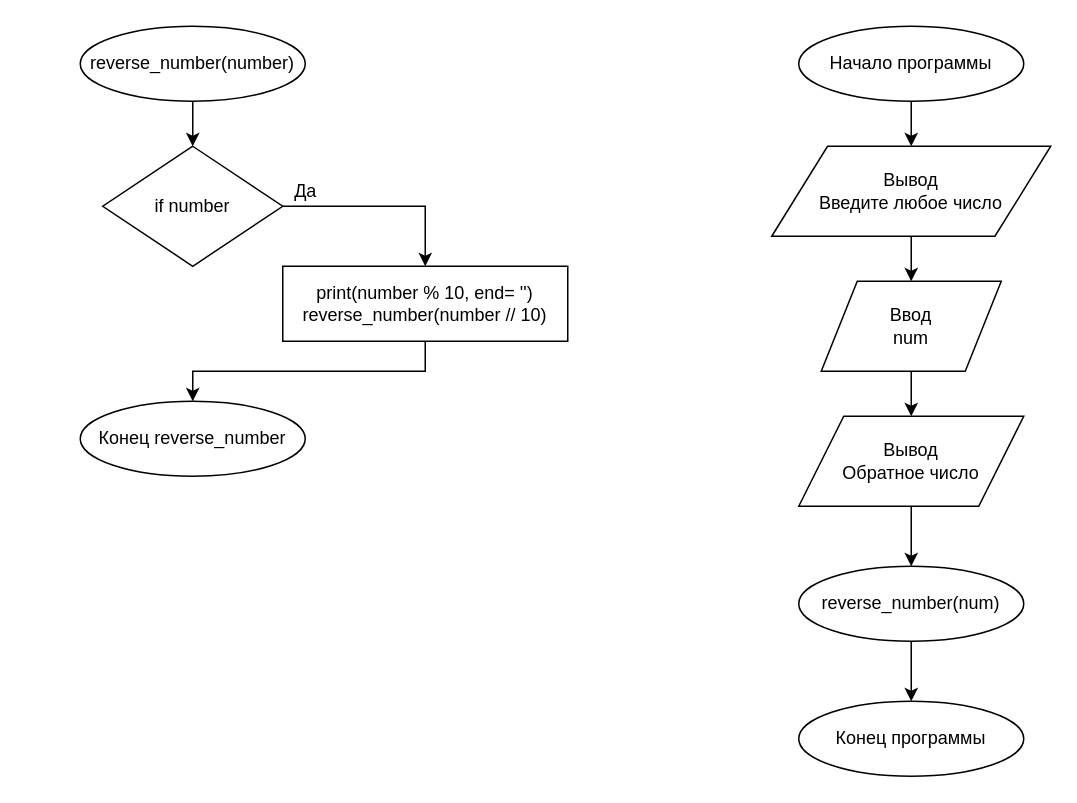
Before: page "homework_2.3" (3 of 9) of lesson_2/lesson_2.drawio in MaximJoinedGit/-Algorithms-and-data-structures-on-Python, a draw.io diagram. Source tidied: cells renumbered, new cells numbered last; positions are measured from the earlier drawing's top-left corner, leaving out a move shared by most shapes. Both pictures are drawn from the tidied source at 150%, with x=0, y=0 at pixel (80, 26).
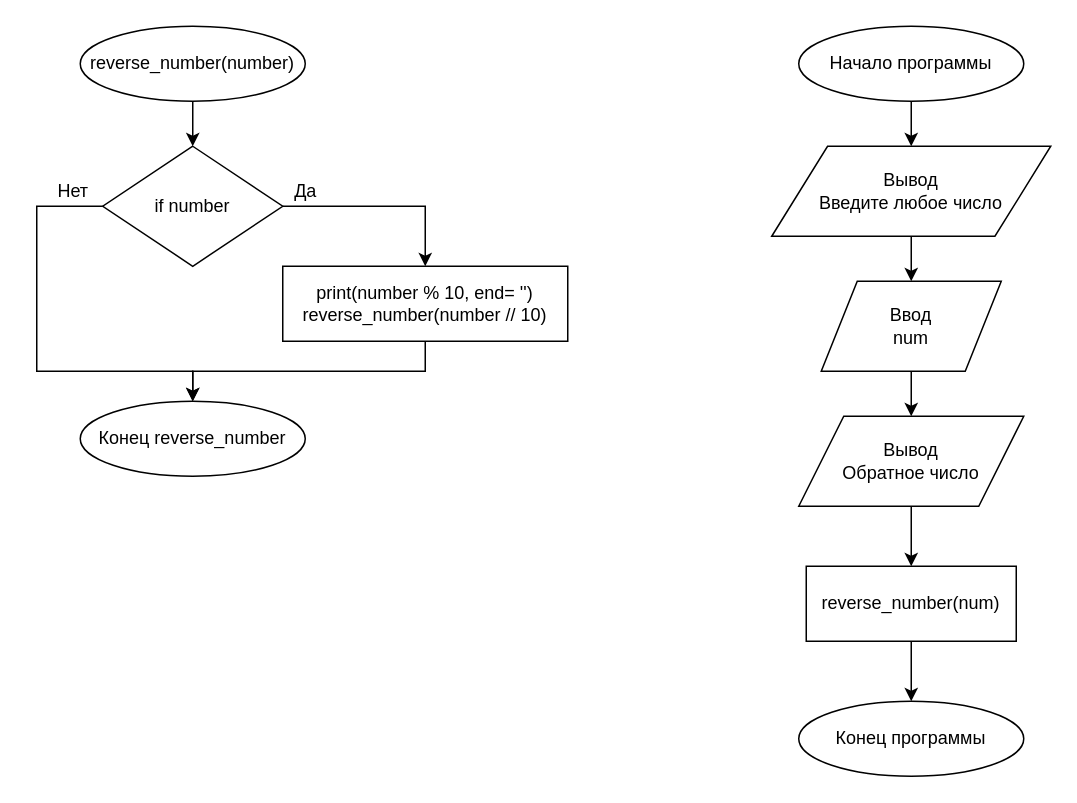
The same page after the edit.

Unchanged cells that the change refers to:
```xml
<mxCell id="10" value="Конец reverse_number" style="ellipse;whiteSpace=wrap;html=1;" parent="1" vertex="1">
  <mxGeometry y="250" width="150" height="50" as="geometry" />
</mxCell>
<mxCell id="14" value="if number" style="rhombus;whiteSpace=wrap;html=1;" parent="1" vertex="1">
  <mxGeometry x="15" y="80" width="120" height="80" as="geometry" />
</mxCell>
```

What changed in the source:
```diff
@@
-    <mxCell id="9" value="reverse_number(num)" style="ellipse;whiteSpace=wrap;html=1;" parent="1" vertex="1">
-      <mxGeometry x="479" y="360" width="150" height="50" as="geometry" />
-    </mxCell>
@@
+    <mxCell id="21" style="edgeStyle=orthogonalEdgeStyle;rounded=0;jettySize=auto;html=1;exitX=0;exitY=0.5;exitDx=0;exitDy=0;entryX=0.5;entryY=0;entryDx=0;entryDy=0;" parent="1" edge="1" source="14" target="10">
+      <mxGeometry relative="1" as="geometry">
+        <Array as="points">
+          <mxPoint x="-29" y="120" />
+          <mxPoint x="-29" y="230" />
+          <mxPoint x="75" y="230" />
+        </Array>
+      </mxGeometry>
+    </mxCell>
@@
+    <mxCell id="22" value="Нет" style="text;html=1;align=center;verticalAlign=middle;" parent="1" vertex="1">
+      <mxGeometry x="-25" y="100" width="40" height="20" as="geometry" />
+    </mxCell>
+    <mxCell id="9" value="reverse_number(num)" style="rounded=0;whiteSpace=wrap;html=1;" parent="1" vertex="1">
+      <mxGeometry x="484" y="360" width="140" height="50" as="geometry" />
+    </mxCell>
```
